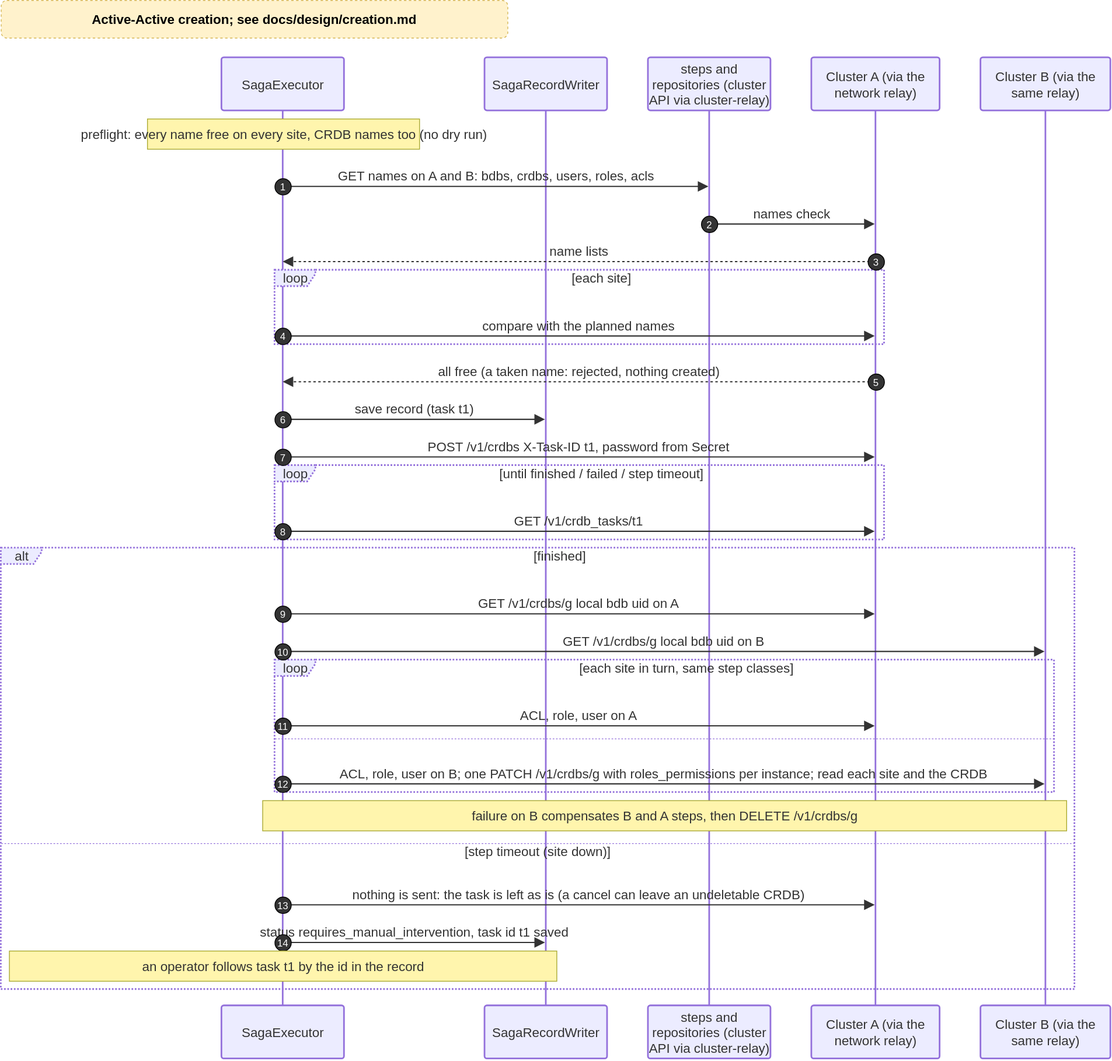
This is docs/diagrams/20-seq-create-active-active.drawio.svg from EliShteinman/redis-enterprise-services, a draw.io export, as it was before one commit. Source tidied: cells renumbered, new cells last; positions are measured from the earlier drawing's top-left corner, leaving out a move shared by most shapes.
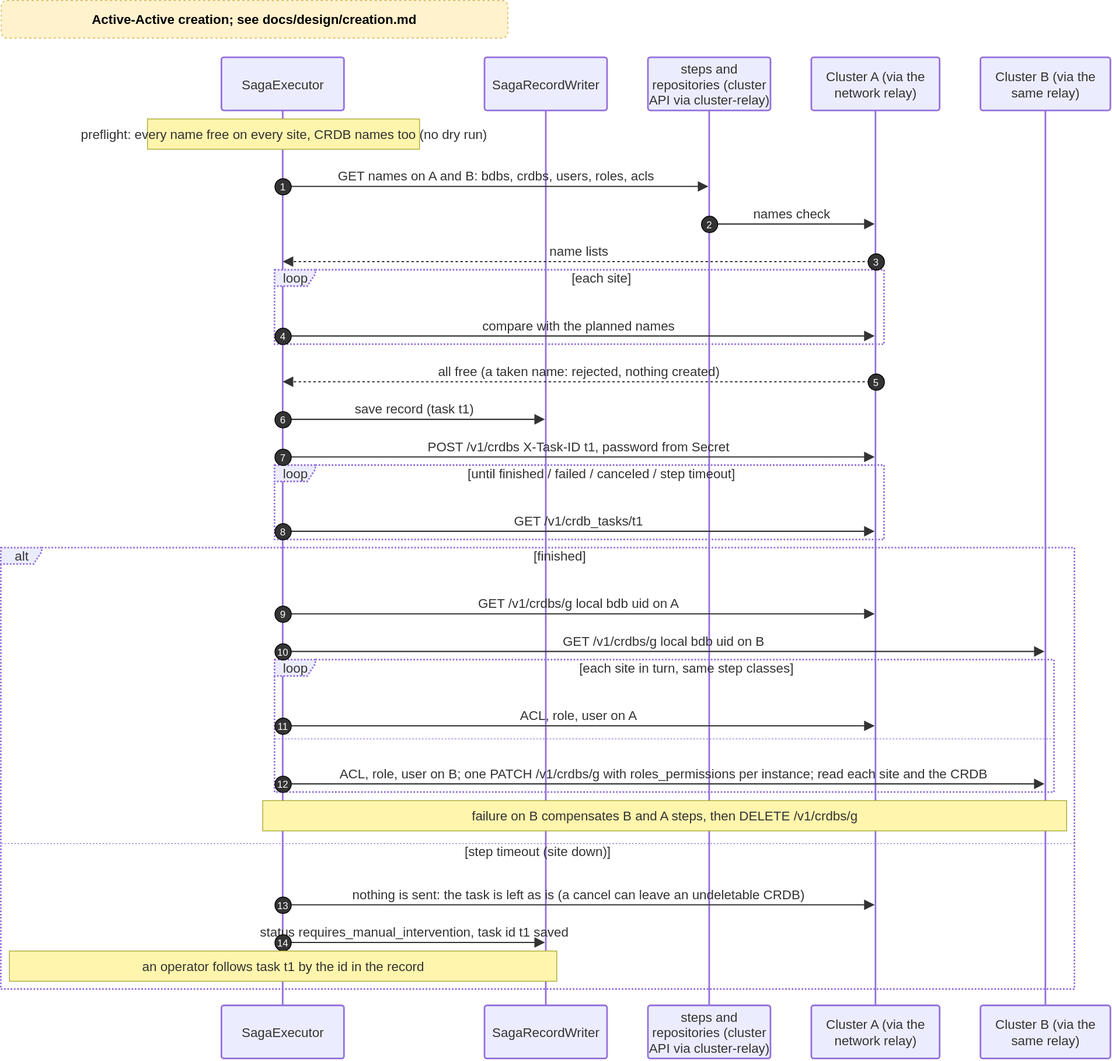
The same file after the commit.

Commit message:
docs(aa): name checks and locks on every site, undo task ids, failed tasks roll back

What changed in the source:
```diff
@@ -26,7 +26,7 @@
     <mxCell id="9" value="loop" style="html=1;shape=umlFrame;dashed=1;fixDash=1;dashPattern=2 2;strokeWidth=2;fillColor=light-dark(#ECECFF,#1f2020);strokeColor=light-dark(#9370DB,#cccccc);fontSize=16;align=center;verticalAlign=middle;fontFamily=Trebuchet MS,Verdana,Arial,sans-serif;fontColor=light-dark(#333333,#cccccc);height=20;width=50;" parent="1" vertex="1">
       <mxGeometry x="335" y="569" width="746" height="91" as="geometry" />
     </mxCell>
-    <mxCell id="10" value="[until finished / failed / step timeout]" style="text;strokeColor=none;fillColor=none;align=center;verticalAlign=middle;whiteSpace=wrap;fontSize=16;fontFamily=Trebuchet MS,Verdana,Arial,sans-serif;fontColor=light-dark(#333333,#cccccc);" parent="9" vertex="1">
+    <mxCell id="10" value="[until finished / failed / canceled / step timeout]" style="text;strokeColor=none;fillColor=none;align=center;verticalAlign=middle;whiteSpace=wrap;fontSize=16;fontFamily=Trebuchet MS,Verdana,Arial,sans-serif;fontColor=light-dark(#333333,#cccccc);" parent="9" vertex="1">
       <mxGeometry x="54" y="2" width="692" height="16" as="geometry" />
     </mxCell>
     <mxCell id="11" value="alt" style="html=1;shape=umlFrame;dashed=1;fixDash=1;dashPattern=2 2;strokeWidth=2;fillColor=light-dark(#ECECFF,#1f2020);strokeColor=light-dark(#9370DB,#cccccc);fontSize=16;align=center;verticalAlign=middle;fontFamily=Trebuchet MS,Verdana,Arial,sans-serif;fontColor=light-dark(#333333,#cccccc);height=20;width=50;" parent="1" vertex="1">
```
